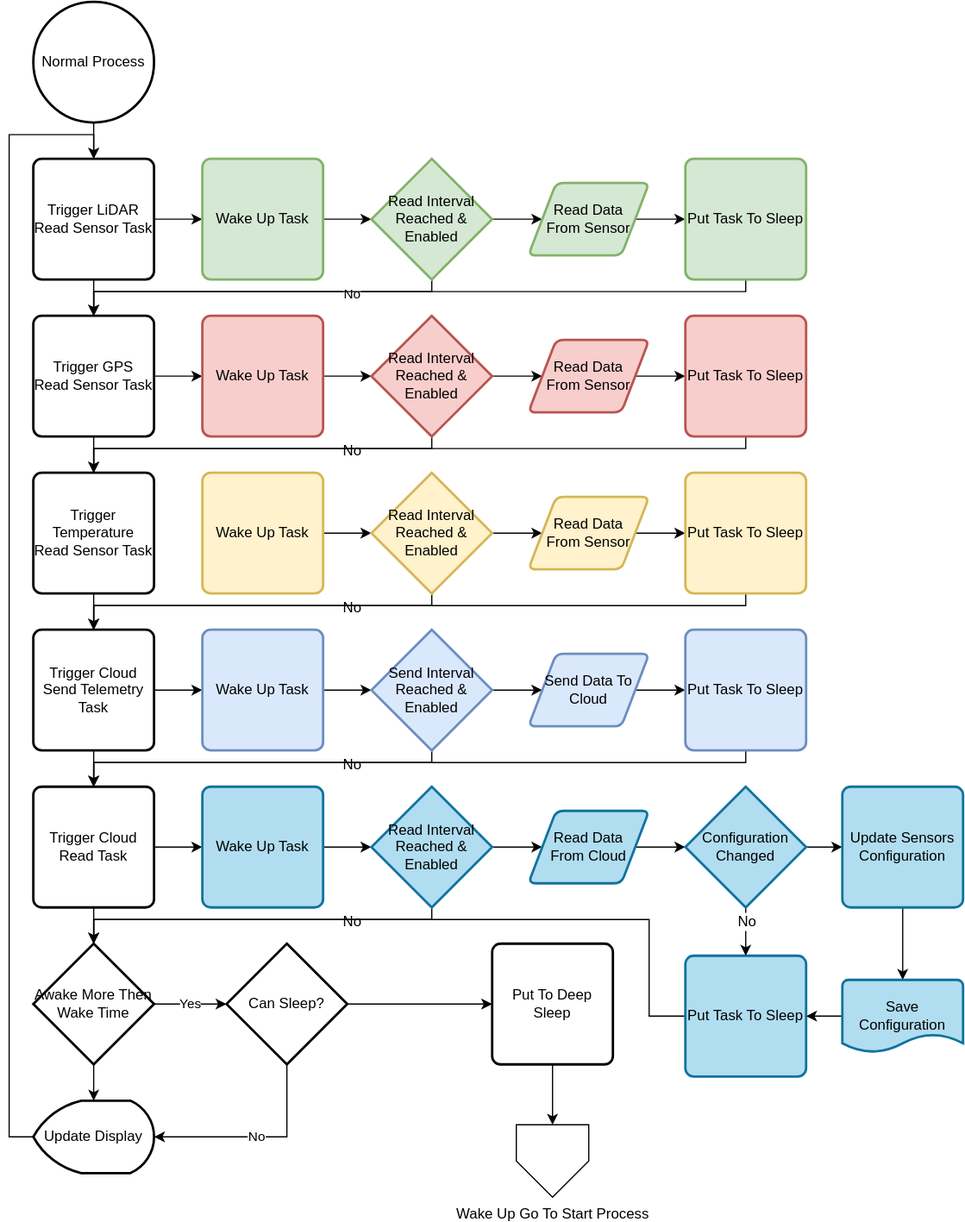
gbd77rc/esp32-iot-x509 keeps this draw.io diagram as docs/images/esp-normal.svg. Above is the earlier version. Source tidied: cells renumbered, new cells last; positions are measured from the earlier drawing's top-left corner, leaving out a move shared by most shapes.
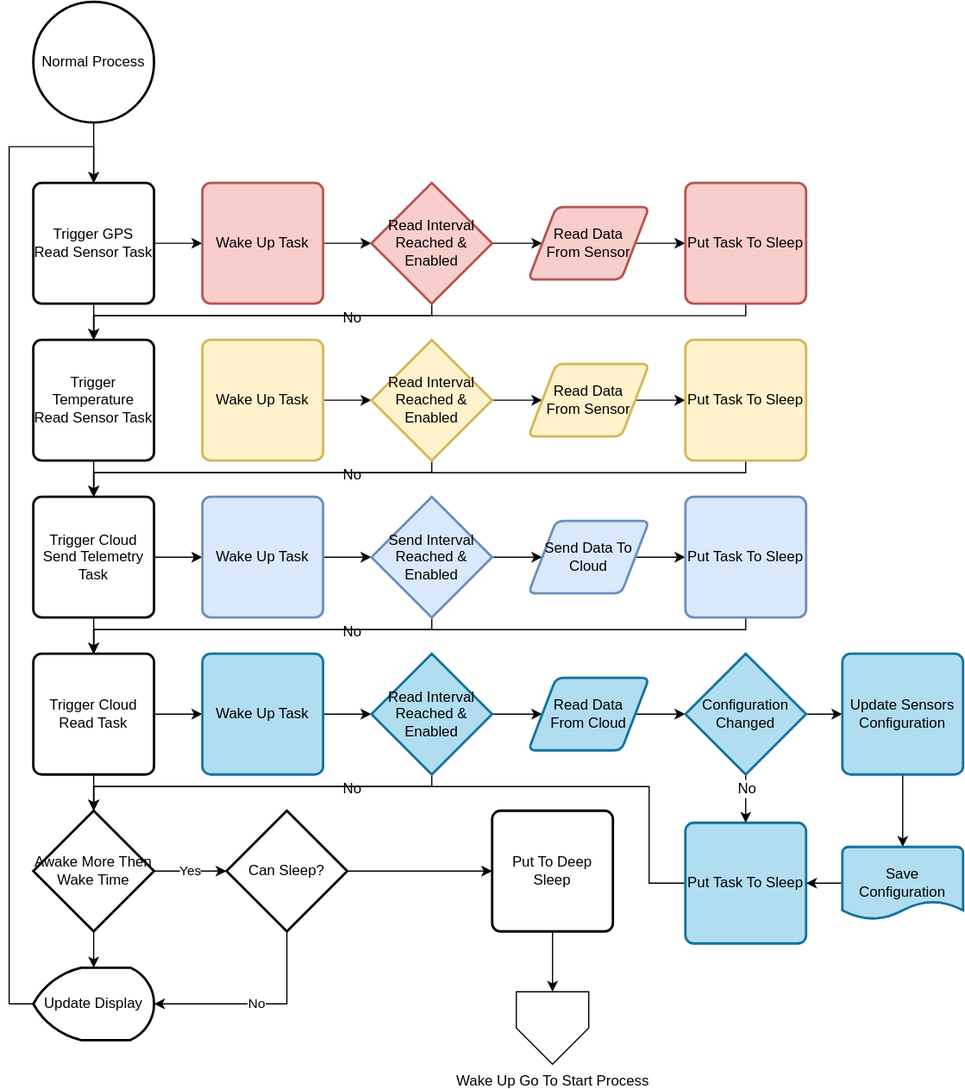
Above is the later version.

The edit, as a diff of the source:
```diff
@@ -2,21 +2,12 @@
   <root>
     <mxCell id="0" />
     <mxCell id="1" parent="0" />
-    <mxCell id="2" style="edgeStyle=orthogonalEdgeStyle;rounded=0;jettySize=auto;html=1;" parent="1" edge="1" source="3" target="6">
-      <mxGeometry relative="1" as="geometry" />
-    </mxCell>
+    <mxCell id="87" style="edgeStyle=orthogonalEdgeStyle;rounded=0;jettySize=auto;html=1;entryX=0.5;entryY=0;entryDx=0;entryDy=0;" parent="1" edge="1" source="3" target="11">
+      <mxGeometry relative="1" as="geometry" />
+    </mxCell>
     <mxCell id="3" value="Normal Process" style="strokeWidth=2;html=1;shape=mxgraph.flowchart.start_2;whiteSpace=wrap;" parent="1" vertex="1">
-      <mxGeometry x="20" width="100" height="100" as="geometry" />
+      <mxGeometry x="20" y="110" width="100" height="100" as="geometry" />
     </mxCell>
-    <mxCell id="4" style="edgeStyle=orthogonalEdgeStyle;rounded=0;jettySize=auto;html=1;" parent="1" edge="1" source="6" target="11">
-      <mxGeometry relative="1" as="geometry" />
-    </mxCell>
-    <mxCell id="5" style="edgeStyle=orthogonalEdgeStyle;rounded=0;jettySize=auto;html=1;" parent="1" edge="1" source="6" target="30">
-      <mxGeometry relative="1" as="geometry" />
-    </mxCell>
-    <mxCell id="6" value="Trigger LiDAR Read Sensor Task" style="rounded=1;whiteSpace=wrap;html=1;absoluteArcSize=1;arcSize=14;strokeWidth=2;" parent="1" vertex="1">
-      <mxGeometry x="20" y="130" width="100" height="100" as="geometry" />
-    </mxCell>
     <mxCell id="7" style="edgeStyle=orthogonalEdgeStyle;rounded=0;jettySize=auto;html=1;entryX=0.5;entryY=0;entryDx=0;entryDy=0;" parent="1" edge="1" source="8" target="19">
       <mxGeometry relative="1" as="geometry" />
     </mxCell>
@@ -41,13 +32,12 @@
     <mxCell id="14" value="Awake More Then Wake Time" style="strokeWidth=2;html=1;shape=mxgraph.flowchart.decision;whiteSpace=wrap;" parent="1" vertex="1">
       <mxGeometry x="20" y="780" width="100" height="100" as="geometry" />
     </mxCell>
-    <mxCell id="15" style="edgeStyle=orthogonalEdgeStyle;rounded=0;jettySize=auto;html=1;exitX=0;exitY=0.5;exitDx=0;exitDy=0;exitPerimeter=0;" parent="1" edge="1" source="16">
+    <mxCell id="15" style="edgeStyle=orthogonalEdgeStyle;rounded=0;jettySize=auto;html=1;exitX=0;exitY=0.5;exitDx=0;exitDy=0;exitPerimeter=0;entryX=0.5;entryY=0;entryDx=0;entryDy=0;" parent="1" edge="1" source="16" target="11">
       <mxGeometry relative="1" as="geometry">
-        <mxPoint x="70" y="130" as="targetPoint" />
         <Array as="points">
           <mxPoint y="940" />
-          <mxPoint y="110" />
-          <mxPoint x="70" y="110" />
+          <mxPoint y="230" />
+          <mxPoint x="70" y="230" />
         </Array>
       </mxGeometry>
     </mxCell>
@@ -94,47 +84,6 @@
     <mxCell id="28" value="Put To Deep Sleep" style="rounded=1;whiteSpace=wrap;html=1;absoluteArcSize=1;arcSize=14;strokeWidth=2;" parent="1" vertex="1">
       <mxGeometry x="400" y="780" width="100" height="100" as="geometry" />
     </mxCell>
-    <mxCell id="29" style="edgeStyle=orthogonalEdgeStyle;rounded=0;jettySize=auto;html=1;entryX=0;entryY=0.5;entryDx=0;entryDy=0;entryPerimeter=0;" parent="1" edge="1" source="30" target="34">
-      <mxGeometry relative="1" as="geometry" />
-    </mxCell>
-    <mxCell id="30" value="Wake Up Task" style="rounded=1;whiteSpace=wrap;html=1;absoluteArcSize=1;arcSize=14;strokeWidth=2;fillColor=#d5e8d4;strokeColor=#82b366;" parent="1" vertex="1">
-      <mxGeometry x="160" y="130" width="100" height="100" as="geometry" />
-    </mxCell>
-    <mxCell id="31" style="edgeStyle=orthogonalEdgeStyle;rounded=0;jettySize=auto;html=1;" parent="1" edge="1" source="34">
-      <mxGeometry relative="1" as="geometry">
-        <mxPoint x="70" y="260" as="targetPoint" />
-        <Array as="points">
-          <mxPoint x="350" y="240" />
-          <mxPoint x="70" y="240" />
-        </Array>
-      </mxGeometry>
-    </mxCell>
-    <mxCell id="32" value="No" style="edgeLabel;html=1;align=center;verticalAlign=middle;" parent="31" vertex="1">
-      <mxGeometry x="-0.5" y="1" relative="1" as="geometry" />
-    </mxCell>
-    <mxCell id="33" style="edgeStyle=orthogonalEdgeStyle;rounded=0;jettySize=auto;html=1;" parent="1" edge="1" source="34" target="36">
-      <mxGeometry relative="1" as="geometry" />
-    </mxCell>
-    <mxCell id="34" value="Read Interval Reached &amp;amp; Enabled" style="strokeWidth=2;html=1;shape=mxgraph.flowchart.decision;whiteSpace=wrap;fillColor=#d5e8d4;strokeColor=#82b366;" parent="1" vertex="1">
-      <mxGeometry x="300" y="130" width="100" height="100" as="geometry" />
-    </mxCell>
-    <mxCell id="35" style="edgeStyle=orthogonalEdgeStyle;rounded=0;jettySize=auto;html=1;" parent="1" edge="1" source="36" target="38">
-      <mxGeometry relative="1" as="geometry" />
-    </mxCell>
-    <mxCell id="36" value="Read Data &lt;br&gt;From Sensor" style="shape=parallelogram;html=1;strokeWidth=2;perimeter=parallelogramPerimeter;whiteSpace=wrap;rounded=1;arcSize=12;size=0.23;fillColor=#d5e8d4;strokeColor=#82b366;" parent="1" vertex="1">
-      <mxGeometry x="430" y="150" width="100" height="60" as="geometry" />
-    </mxCell>
-    <mxCell id="37" style="edgeStyle=orthogonalEdgeStyle;rounded=0;jettySize=auto;html=1;entryX=0.5;entryY=0;entryDx=0;entryDy=0;" parent="1" edge="1" source="38" target="11">
-      <mxGeometry relative="1" as="geometry">
-        <Array as="points">
-          <mxPoint x="610" y="240" />
-          <mxPoint x="70" y="240" />
-        </Array>
-      </mxGeometry>
-    </mxCell>
-    <mxCell id="38" value="Put Task To Sleep" style="rounded=1;whiteSpace=wrap;html=1;absoluteArcSize=1;arcSize=14;strokeWidth=2;fillColor=#d5e8d4;strokeColor=#82b366;" parent="1" vertex="1">
-      <mxGeometry x="560" y="130" width="100" height="100" as="geometry" />
-    </mxCell>
     <mxCell id="39" style="edgeStyle=orthogonalEdgeStyle;rounded=0;jettySize=auto;html=1;entryX=0;entryY=0.5;entryDx=0;entryDy=0;entryPerimeter=0;fontSize=12;" parent="1" edge="1" source="40" target="44">
       <mxGeometry relative="1" as="geometry" />
     </mxCell>
```
